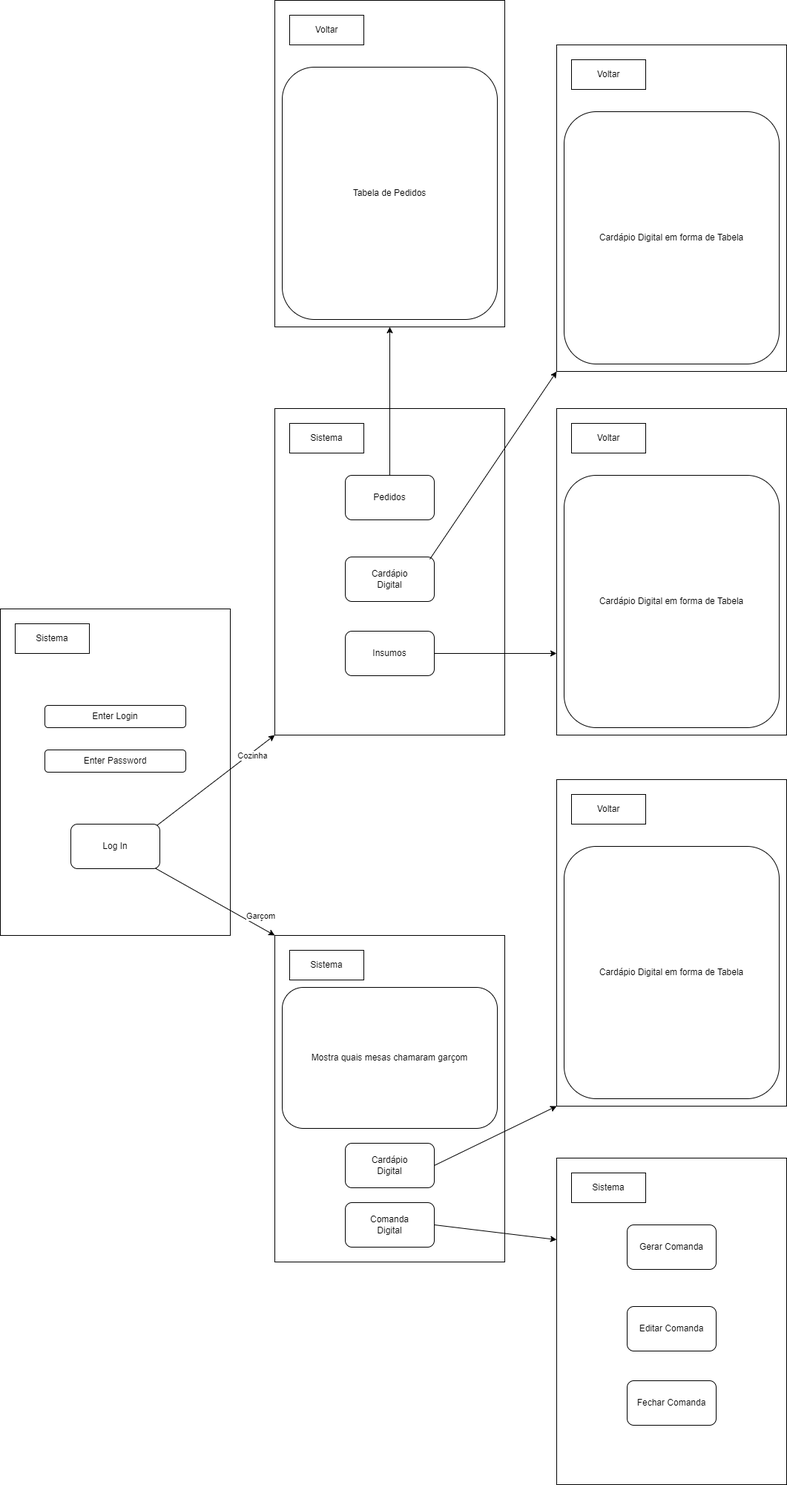
Before: documentos/diagramas/Map.drawio.png, a diagram exported from draw.io (DougzCD/JCRESW1). Source tidied: cells renumbered, new cells last; positions are measured from the earlier drawing's top-left corner, leaving out a move shared by most shapes. The source it was exported from:
```xml
<mxGraphModel>
  <root>
    <mxCell id="0" />
    <mxCell id="1" parent="0" />
    <mxCell id="2" style="rounded=0;whiteSpace=wrap;html=1;" parent="1" vertex="1">
      <mxGeometry y="820" width="310" height="440" as="geometry" />
    </mxCell>
    <mxCell id="3" value="Sistema" style="rounded=0;whiteSpace=wrap;html=1;" parent="1" vertex="1">
      <mxGeometry x="20" y="840" width="100" height="40" as="geometry" />
    </mxCell>
    <mxCell id="4" value="Enter Login" style="rounded=1;whiteSpace=wrap;html=1;" parent="1" vertex="1">
      <mxGeometry x="60" y="950" width="190" height="30" as="geometry" />
    </mxCell>
    <mxCell id="5" value="Enter Password" style="rounded=1;whiteSpace=wrap;html=1;" parent="1" vertex="1">
      <mxGeometry x="60" y="1010" width="190" height="30" as="geometry" />
    </mxCell>
    <mxCell id="6" style="rounded=0;jettySize=auto;html=1;exitX=0.942;exitY=0.983;exitDx=0;exitDy=0;entryX=0;entryY=0;entryDx=0;entryDy=0;exitPerimeter=0;" parent="1" edge="1" source="10" target="11">
      <mxGeometry relative="1" as="geometry" />
    </mxCell>
    <mxCell id="7" value="Garçom" style="edgeLabel;html=1;align=center;verticalAlign=middle;" parent="6" vertex="1">
      <mxGeometry x="0.39" y="-1" relative="1" as="geometry">
        <mxPoint x="30" as="offset" />
      </mxGeometry>
    </mxCell>
    <mxCell id="8" style="rounded=0;jettySize=auto;html=1;exitX=0.933;exitY=0.083;exitDx=0;exitDy=0;entryX=0;entryY=1;entryDx=0;entryDy=0;exitPerimeter=0;" parent="1" edge="1" source="10" target="14">
      <mxGeometry relative="1" as="geometry" />
    </mxCell>
    <mxCell id="9" value="Cozinha" style="edgeLabel;html=1;align=center;verticalAlign=middle;" parent="8" vertex="1">
      <mxGeometry x="0.53" y="3" relative="1" as="geometry">
        <mxPoint x="10" as="offset" />
      </mxGeometry>
    </mxCell>
    <mxCell id="10" value="Log In" style="rounded=1;whiteSpace=wrap;html=1;" parent="1" vertex="1">
      <mxGeometry x="95" y="1110" width="120" height="60" as="geometry" />
    </mxCell>
    <mxCell id="11" style="rounded=0;whiteSpace=wrap;html=1;" parent="1" vertex="1">
      <mxGeometry x="370" y="1260" width="310" height="440" as="geometry" />
    </mxCell>
    <mxCell id="12" value="Sistema" style="rounded=0;whiteSpace=wrap;html=1;" parent="1" vertex="1">
      <mxGeometry x="390" y="1280" width="100" height="40" as="geometry" />
    </mxCell>
    <mxCell id="13" value="Mostra quais mesas chamaram garçom" style="rounded=1;whiteSpace=wrap;html=1;" parent="1" vertex="1">
      <mxGeometry x="380" y="1330" width="290" height="190" as="geometry" />
    </mxCell>
    <mxCell id="14" style="rounded=0;whiteSpace=wrap;html=1;" parent="1" vertex="1">
      <mxGeometry x="370" y="550" width="310" height="440" as="geometry" />
    </mxCell>
    <mxCell id="15" value="Sistema" style="rounded=0;whiteSpace=wrap;html=1;" parent="1" vertex="1">
      <mxGeometry x="390" y="570" width="100" height="40" as="geometry" />
    </mxCell>
    <mxCell id="16" value="Cardápio&lt;div&gt;Digital&lt;/div&gt;" style="rounded=1;whiteSpace=wrap;html=1;" parent="1" vertex="1">
      <mxGeometry x="465" y="750" width="120" height="60" as="geometry" />
    </mxCell>
    <mxCell id="17" value="Cardápio&lt;div&gt;Digital&lt;/div&gt;" style="rounded=1;whiteSpace=wrap;html=1;" parent="1" vertex="1">
      <mxGeometry x="465" y="1540" width="120" height="60" as="geometry" />
    </mxCell>
    <mxCell id="18" style="rounded=0;jettySize=auto;html=1;exitX=1;exitY=0.5;exitDx=0;exitDy=0;entryX=0;entryY=0.25;entryDx=0;entryDy=0;" parent="1" edge="1" source="19" target="38">
      <mxGeometry relative="1" as="geometry" />
    </mxCell>
    <mxCell id="19" value="Comanda&lt;br&gt;Digital" style="rounded=1;whiteSpace=wrap;html=1;" parent="1" vertex="1">
      <mxGeometry x="465" y="1620" width="120" height="60" as="geometry" />
    </mxCell>
    <mxCell id="20" style="edgeStyle=orthogonalEdgeStyle;rounded=0;jettySize=auto;html=1;exitX=1;exitY=0.5;exitDx=0;exitDy=0;entryX=0;entryY=0.75;entryDx=0;entryDy=0;" parent="1" edge="1" source="21" target="31">
      <mxGeometry relative="1" as="geometry" />
    </mxCell>
    <mxCell id="21" value="Insumos" style="rounded=1;whiteSpace=wrap;html=1;" parent="1" vertex="1">
      <mxGeometry x="465" y="850" width="120" height="60" as="geometry" />
    </mxCell>
    <mxCell id="22" style="edgeStyle=orthogonalEdgeStyle;rounded=0;jettySize=auto;html=1;exitX=0.5;exitY=0;exitDx=0;exitDy=0;entryX=0.5;entryY=1;entryDx=0;entryDy=0;" parent="1" edge="1" source="24" target="25">
      <mxGeometry relative="1" as="geometry" />
    </mxCell>
    <mxCell id="23" style="rounded=0;jettySize=auto;html=1;entryX=0;entryY=1;entryDx=0;entryDy=0;exitX=0.95;exitY=0.05;exitDx=0;exitDy=0;exitPerimeter=0;" parent="1" edge="1" source="16" target="28">
      <mxGeometry relative="1" as="geometry" />
    </mxCell>
    <mxCell id="24" value="Pedidos" style="rounded=1;whiteSpace=wrap;html=1;" parent="1" vertex="1">
      <mxGeometry x="465" y="640" width="120" height="60" as="geometry" />
    </mxCell>
    <mxCell id="25" style="rounded=0;whiteSpace=wrap;html=1;" parent="1" vertex="1">
      <mxGeometry x="370" width="310" height="440" as="geometry" />
    </mxCell>
    <mxCell id="26" value="Voltar" style="rounded=0;whiteSpace=wrap;html=1;" parent="1" vertex="1">
      <mxGeometry x="390" y="20" width="100" height="40" as="geometry" />
    </mxCell>
    <mxCell id="27" value="Tabela de Pedidos" style="rounded=1;whiteSpace=wrap;html=1;" parent="1" vertex="1">
      <mxGeometry x="380" y="90" width="290" height="340" as="geometry" />
    </mxCell>
    <mxCell id="28" style="rounded=0;whiteSpace=wrap;html=1;" parent="1" vertex="1">
      <mxGeometry x="750" y="60" width="310" height="440" as="geometry" />
    </mxCell>
    <mxCell id="29" value="Voltar" style="rounded=0;whiteSpace=wrap;html=1;" parent="1" vertex="1">
      <mxGeometry x="770" y="80" width="100" height="40" as="geometry" />
    </mxCell>
    <mxCell id="30" value="Cardápio Digital em forma de Tabela" style="rounded=1;whiteSpace=wrap;html=1;" parent="1" vertex="1">
      <mxGeometry x="760" y="150" width="290" height="340" as="geometry" />
    </mxCell>
    <mxCell id="31" style="rounded=0;whiteSpace=wrap;html=1;" parent="1" vertex="1">
      <mxGeometry x="750" y="550" width="310" height="440" as="geometry" />
    </mxCell>
    <mxCell id="32" value="Voltar" style="rounded=0;whiteSpace=wrap;html=1;" parent="1" vertex="1">
      <mxGeometry x="770" y="570" width="100" height="40" as="geometry" />
    </mxCell>
    <mxCell id="33" value="Cardápio Digital em forma de Tabela" style="rounded=1;whiteSpace=wrap;html=1;" parent="1" vertex="1">
      <mxGeometry x="760" y="640" width="290" height="340" as="geometry" />
    </mxCell>
    <mxCell id="34" style="rounded=0;whiteSpace=wrap;html=1;" parent="1" vertex="1">
      <mxGeometry x="750" y="1050" width="310" height="440" as="geometry" />
    </mxCell>
    <mxCell id="35" value="Voltar" style="rounded=0;whiteSpace=wrap;html=1;" parent="1" vertex="1">
      <mxGeometry x="770" y="1070" width="100" height="40" as="geometry" />
    </mxCell>
    <mxCell id="36" value="Cardápio Digital em forma de Tabela" style="rounded=1;whiteSpace=wrap;html=1;" parent="1" vertex="1">
      <mxGeometry x="760" y="1140" width="290" height="340" as="geometry" />
    </mxCell>
    <mxCell id="37" style="rounded=0;jettySize=auto;html=1;exitX=1;exitY=0.5;exitDx=0;exitDy=0;entryX=0;entryY=1;entryDx=0;entryDy=0;" parent="1" edge="1" source="17" target="34">
      <mxGeometry relative="1" as="geometry" />
    </mxCell>
    <mxCell id="38" style="rounded=0;whiteSpace=wrap;html=1;" parent="1" vertex="1">
      <mxGeometry x="750" y="1560" width="310" height="440" as="geometry" />
    </mxCell>
    <mxCell id="39" value="Sistema" style="rounded=0;whiteSpace=wrap;html=1;" parent="1" vertex="1">
      <mxGeometry x="770" y="1580" width="100" height="40" as="geometry" />
    </mxCell>
    <mxCell id="40" value="Editar Comanda" style="rounded=1;whiteSpace=wrap;html=1;" parent="1" vertex="1">
      <mxGeometry x="845" y="1760" width="120" height="60" as="geometry" />
    </mxCell>
    <mxCell id="41" value="Fechar Comanda" style="rounded=1;whiteSpace=wrap;html=1;" parent="1" vertex="1">
      <mxGeometry x="845" y="1860" width="120" height="60" as="geometry" />
    </mxCell>
    <mxCell id="42" value="Gerar Comanda" style="rounded=1;whiteSpace=wrap;html=1;" parent="1" vertex="1">
      <mxGeometry x="845" y="1650" width="120" height="60" as="geometry" />
    </mxCell>
  </root>
</mxGraphModel>
```
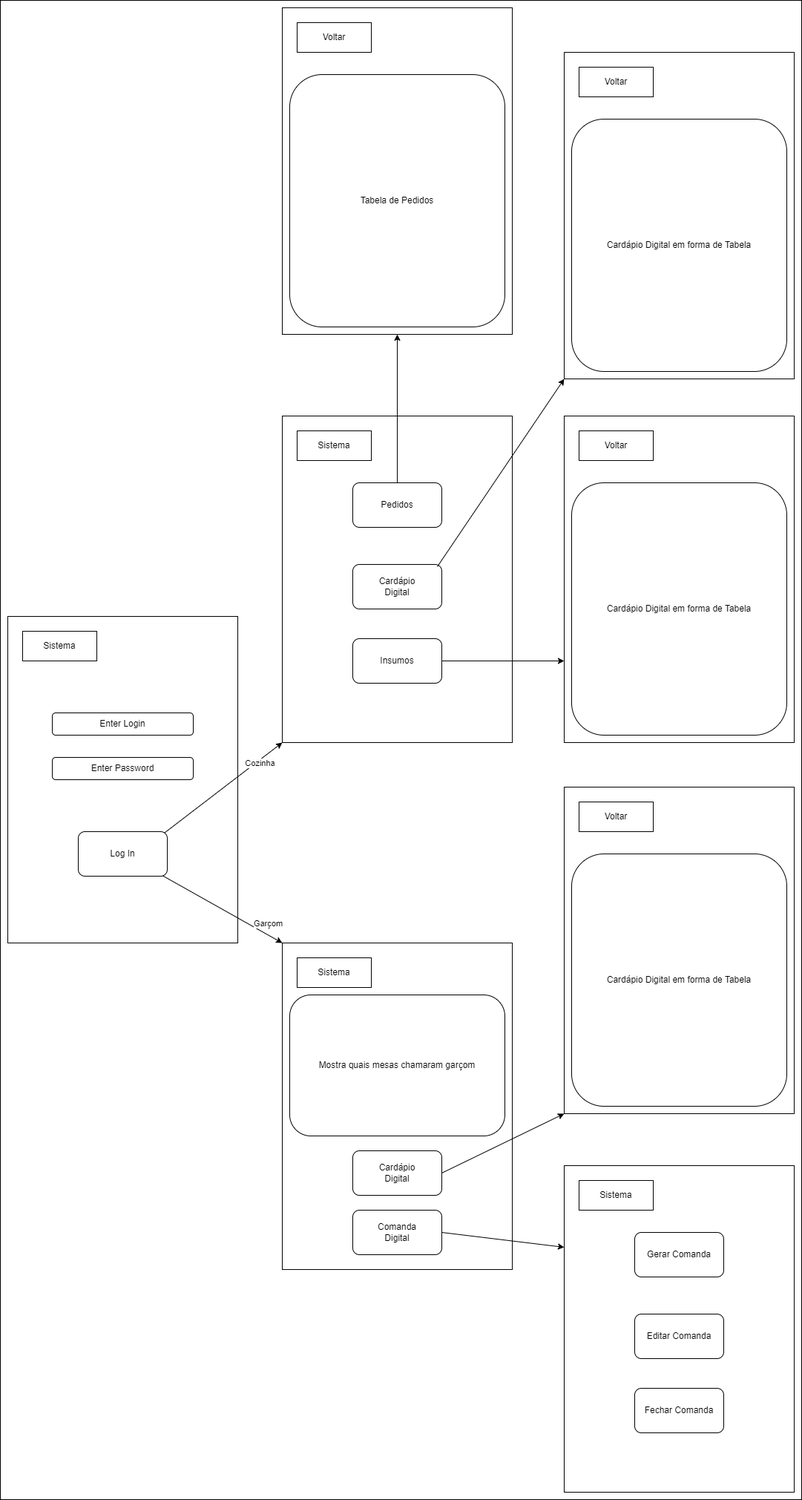
Above is the later version.

Diff of the diagram source:
```diff
@@ -2,6 +2,9 @@
   <root>
     <mxCell id="0" />
     <mxCell id="1" parent="0" />
+    <mxCell id="43" style="rounded=0;whiteSpace=wrap;html=1;" parent="1" vertex="1">
+      <mxGeometry x="-10" y="-10" width="1080" height="2020" as="geometry" />
+    </mxCell>
     <mxCell id="2" style="rounded=0;whiteSpace=wrap;html=1;" parent="1" vertex="1">
       <mxGeometry y="820" width="310" height="440" as="geometry" />
     </mxCell>
```
